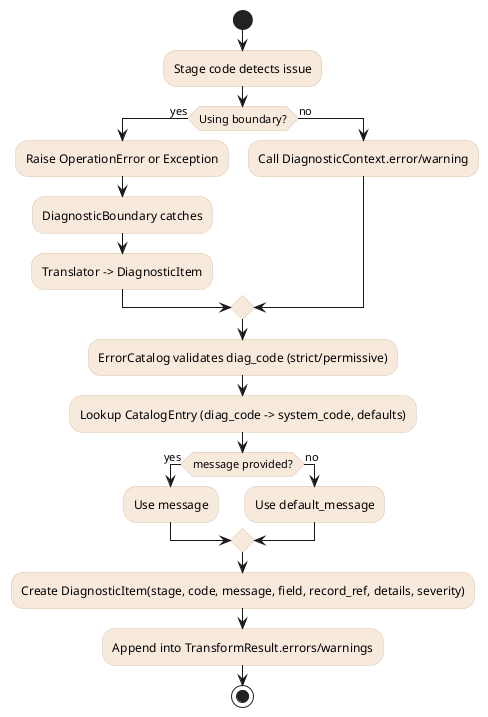
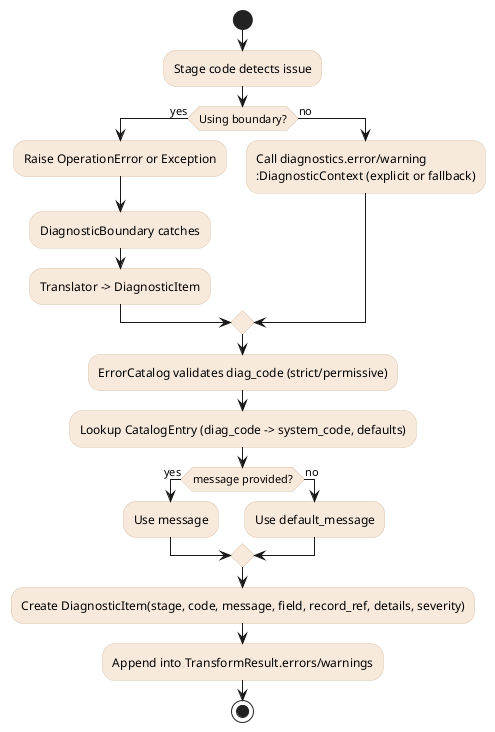
@startuml
skinparam backgroundColor white
skinparam linetype ortho
skinparam defaultFontName Arial
skinparam ActivityBackgroundColor #f7e9dc
skinparam ActivityBorderColor #d9c2a8
start
:Stage code detects issue;
if (Using boundary?) then (yes)
  :Raise OperationError or Exception;
  :DiagnosticBoundary catches;
  :Translator -> DiagnosticItem;
else (no)
-   :Call DiagnosticContext.error/warning;
+   :Call diagnostics.error/warning
+   :DiagnosticContext (explicit or fallback);
endif
:ErrorCatalog validates diag_code (strict/permissive);
:Lookup CatalogEntry (diag_code -> system_code, defaults);
if (message provided?) then (yes)
  :Use message;
else (no)
  :Use default_message;
endif
:Create DiagnosticItem(stage, code, message, field, record_ref, details, severity);
:Append into TransformResult.errors/warnings;
stop
@enduml
